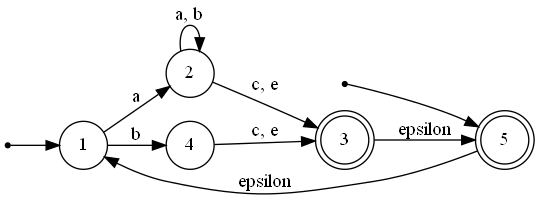
Before: Digraph.gv.png, a diagram exported from Graphviz (Yananas23/Projet_TdL). Its source is kept beside it as Digraph.gv.
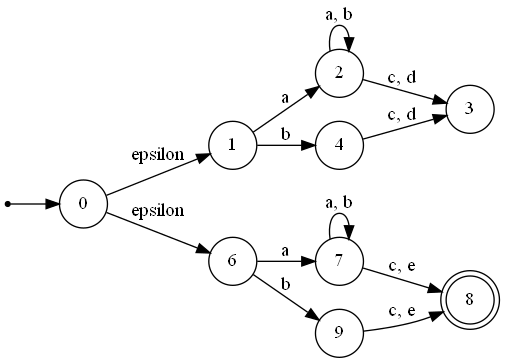
Later version of the same file.

The edit, as a diff of the source:
```diff
@@ -1,23 +1,28 @@
 digraph {
 	rankdir=LR
 	1 [shape=circle]
-	__1__ [shape=point]
-	1 [shape=circle]
-	__1__ -> 1
 	2 [shape=circle]
 	3 [shape=circle]
-	3 [shape=doublecircle]
 	4 [shape=circle]
-	5 [shape=circle]
-	__5__ [shape=point]
-	5 [shape=circle]
-	__5__ -> 5
-	5 [shape=doublecircle]
+	0 [shape=circle]
+	__0__ [shape=point]
+	0 [shape=circle]
+	__0__ -> 0
+	6 [shape=circle]
+	7 [shape=circle]
+	8 [shape=circle]
+	8 [shape=doublecircle]
+	9 [shape=circle]
 	1 -> 2 [label=a shape=circle]
 	1 -> 4 [label=b shape=circle]
 	2 -> 2 [label="a, b" shape=circle]
-	2 -> 3 [label="c, e" shape=circle]
-	4 -> 3 [label="c, e" shape=circle]
-	3 -> 5 [label=epsilon shape=circle]
-	5 -> 1 [label=epsilon shape=circle]
+	2 -> 3 [label="c, d" shape=circle]
+	4 -> 3 [label="c, d" shape=circle]
+	6 -> 7 [label=a shape=circle]
+	6 -> 9 [label=b shape=circle]
+	7 -> 7 [label="a, b" shape=circle]
+	7 -> 8 [label="c, e" shape=circle]
+	9 -> 8 [label="c, e" shape=circle]
+	0 -> 1 [label=epsilon shape=circle]
+	0 -> 6 [label=epsilon shape=circle]
 }
```
